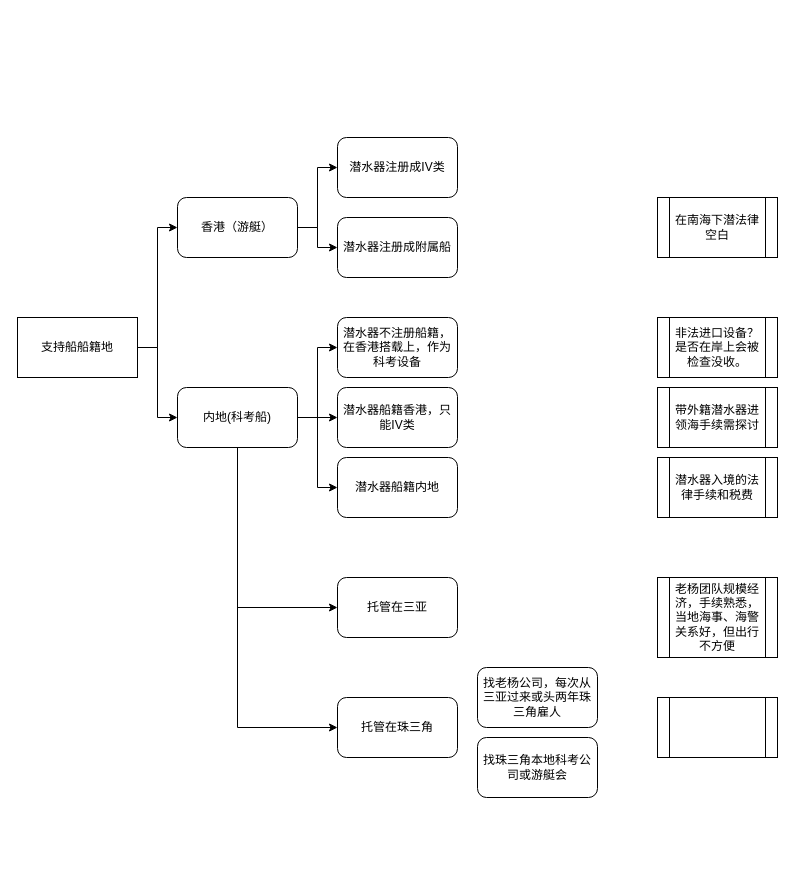
The draw.io diagram 支持船船籍地点.drawio in hyperxz/drew2, before the edit. Source tidied: cells renumbered, new cells numbered last; positions are measured from the earlier drawing's top-left corner, leaving out a move shared by most shapes. Both pictures are drawn from the tidied source at 100%, with x=0, y=0 at pixel (17, 137).
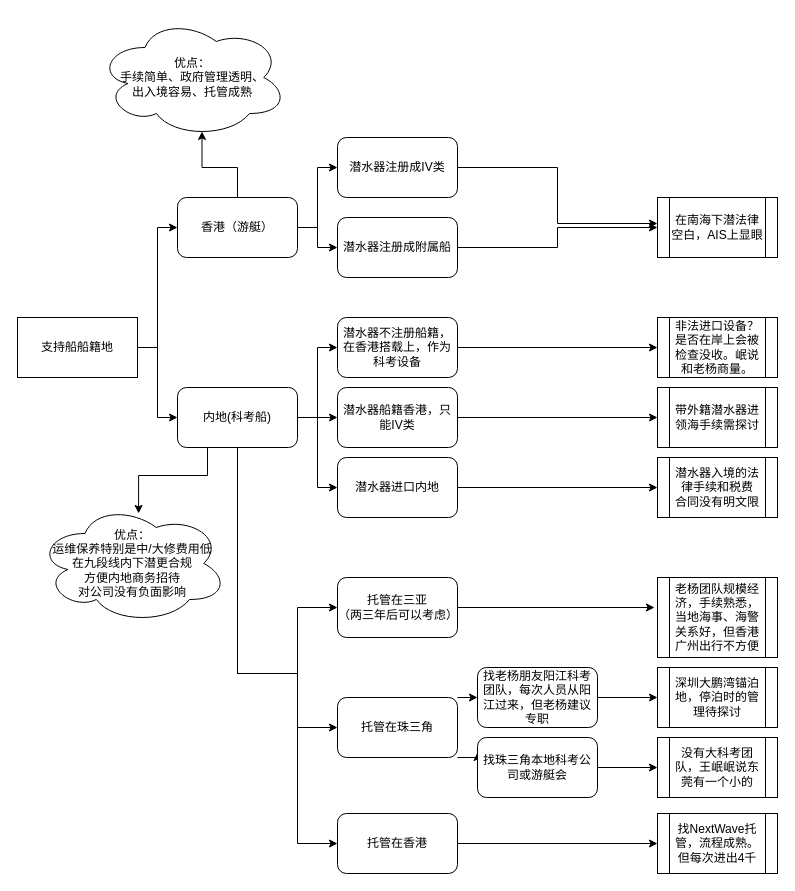
Above is the later version.

Commit message:
更新支持船船籍地点.drawio

The change refers to these unchanged cells:
```xml
<mxCell id="7" value="香港（游艇）" style="rounded=1;whiteSpace=wrap;html=1;" parent="1" vertex="1">
  <mxGeometry x="160" y="60" width="120" height="60" as="geometry" />
</mxCell>
<mxCell id="13" value="内地(科考船)" style="rounded=1;whiteSpace=wrap;html=1;" parent="1" vertex="1">
  <mxGeometry x="160" y="250" width="120" height="60" as="geometry" />
</mxCell>
<mxCell id="14" value="潜水器不注册船籍，在香港搭载上，作为科考设备" style="rounded=1;whiteSpace=wrap;html=1;" parent="1" vertex="1">
  <mxGeometry x="320" y="180" width="120" height="60" as="geometry" />
</mxCell>
<mxCell id="20" value="托管在珠三角" style="rounded=1;whiteSpace=wrap;html=1;" parent="1" vertex="1">
  <mxGeometry x="320" y="560" width="120" height="60" as="geometry" />
</mxCell>
<mxCell id="23" value="潜水器注册成IV类" style="rounded=1;whiteSpace=wrap;html=1;" parent="1" vertex="1">
  <mxGeometry x="320" width="120" height="60" as="geometry" />
</mxCell>
<mxCell id="24" value="潜水器注册成附属船" style="rounded=1;whiteSpace=wrap;html=1;" parent="1" vertex="1">
  <mxGeometry x="320" y="80" width="120" height="60" as="geometry" />
</mxCell>
<mxCell id="25" value="潜水器船籍香港，只能IV类" style="rounded=1;whiteSpace=wrap;html=1;" parent="1" vertex="1">
  <mxGeometry x="320" y="250" width="120" height="60" as="geometry" />
</mxCell>
<mxCell id="26" value="带外籍潜水器进领海手续需探讨" style="shape=process;whiteSpace=wrap;html=1;backgroundOutline=1;" parent="1" vertex="1">
  <mxGeometry x="640" y="250" width="120" height="60" as="geometry" />
</mxCell>
<mxCell id="28" value="找珠三角本地科考公司或游艇会" style="rounded=1;whiteSpace=wrap;html=1;" parent="1" vertex="1">
  <mxGeometry x="460" y="600" width="120" height="60" as="geometry" />
</mxCell>
```

The edit, as a diff of the source:
```diff
@@
     <mxCell id="10" style="edgeStyle=orthogonalEdgeStyle;rounded=0;jettySize=auto;html=1;exitX=0.5;exitY=1;exitDx=0;exitDy=0;entryX=0;entryY=0.5;entryDx=0;entryDy=0;" parent="1" edge="1" source="13" target="19">
-      <mxGeometry relative="1" as="geometry" />
+      <mxGeometry relative="1" as="geometry">
+        <Array as="points">
+          <mxPoint x="220" y="536" />
+          <mxPoint x="280" y="536" />
+          <mxPoint x="280" y="470" />
+        </Array>
+      </mxGeometry>
     </mxCell>
     <mxCell id="11" style="edgeStyle=orthogonalEdgeStyle;rounded=0;jettySize=auto;html=1;exitX=0.5;exitY=1;exitDx=0;exitDy=0;entryX=0;entryY=0.5;entryDx=0;entryDy=0;" parent="1" edge="1" source="13" target="20">
-      <mxGeometry relative="1" as="geometry" />
+      <mxGeometry relative="1" as="geometry">
+        <Array as="points">
+          <mxPoint x="220" y="536" />
+          <mxPoint x="280" y="536" />
+          <mxPoint x="280" y="590" />
+        </Array>
+      </mxGeometry>
     </mxCell>
@@
+    <mxCell id="29" style="edgeStyle=orthogonalEdgeStyle;rounded=0;jettySize=auto;html=1;exitX=0.5;exitY=1;exitDx=0;exitDy=0;entryX=0;entryY=0.5;entryDx=0;entryDy=0;" parent="1" edge="1" source="13" target="46">
+      <mxGeometry relative="1" as="geometry">
+        <Array as="points">
+          <mxPoint x="220" y="536" />
+          <mxPoint x="280" y="536" />
+          <mxPoint x="280" y="706" />
+        </Array>
+      </mxGeometry>
+    </mxCell>
@@
+    <mxCell id="30" style="edgeStyle=orthogonalEdgeStyle;rounded=0;jettySize=auto;html=1;exitX=1;exitY=0.5;exitDx=0;exitDy=0;entryX=0;entryY=0.5;entryDx=0;entryDy=0;" parent="1" edge="1" source="14" target="17">
+      <mxGeometry relative="1" as="geometry" />
+    </mxCell>
@@
+    <mxCell id="31" style="edgeStyle=orthogonalEdgeStyle;rounded=0;jettySize=auto;html=1;exitX=1;exitY=0.5;exitDx=0;exitDy=0;" parent="1" edge="1" source="15" target="18">
+      <mxGeometry relative="1" as="geometry" />
+    </mxCell>
-    <mxCell id="15" value="潜水器船籍内地" style="rounded=1;whiteSpace=wrap;html=1;" parent="1" vertex="1">
+    <mxCell id="15" value="潜水器进口内地" style="rounded=1;whiteSpace=wrap;html=1;" parent="1" vertex="1">
       <mxGeometry x="320" y="320" width="120" height="60" as="geometry" />
     </mxCell>
-    <mxCell id="16" value="在南海下潜法律空白" style="shape=process;whiteSpace=wrap;html=1;backgroundOutline=1;" parent="1" vertex="1">
+    <mxCell id="16" value="在南海下潜法律空白，AIS上显眼" style="shape=process;whiteSpace=wrap;html=1;backgroundOutline=1;" parent="1" vertex="1">
       <mxGeometry x="640" y="60" width="120" height="60" as="geometry" />
     </mxCell>
-    <mxCell id="17" value="非法进口设备？是否在岸上会被检查没收。" style="shape=process;whiteSpace=wrap;html=1;backgroundOutline=1;" parent="1" vertex="1">
+    <mxCell id="17" value="非法进口设备？是否在岸上会被检查没收。岷说和老杨商量。" style="shape=process;whiteSpace=wrap;html=1;backgroundOutline=1;" parent="1" vertex="1">
       <mxGeometry x="640" y="180" width="120" height="60" as="geometry" />
     </mxCell>
-    <mxCell id="18" value="潜水器入境的法律手续和税费" style="shape=process;whiteSpace=wrap;html=1;backgroundOutline=1;" parent="1" vertex="1">
+    <mxCell id="18" value="潜水器入境的法律手续和税费&lt;br&gt;合同没有明文限" style="shape=process;whiteSpace=wrap;html=1;backgroundOutline=1;" parent="1" vertex="1">
       <mxGeometry x="640" y="320" width="120" height="60" as="geometry" />
     </mxCell>
-    <mxCell id="19" value="托管在三亚" style="rounded=1;whiteSpace=wrap;html=1;" parent="1" vertex="1">
+    <mxCell id="19" value="托管在三亚&lt;br&gt;（两三年后可以考虑）" style="rounded=1;whiteSpace=wrap;html=1;" parent="1" vertex="1">
       <mxGeometry x="320" y="440" width="120" height="60" as="geometry" />
     </mxCell>
+    <mxCell id="32" style="edgeStyle=orthogonalEdgeStyle;rounded=0;jettySize=auto;html=1;exitX=1;exitY=0;exitDx=0;exitDy=0;entryX=0;entryY=0.5;entryDx=0;entryDy=0;" parent="1" edge="1" source="20" target="27">
+      <mxGeometry relative="1" as="geometry" />
+    </mxCell>
+    <mxCell id="33" style="edgeStyle=orthogonalEdgeStyle;rounded=0;jettySize=auto;html=1;exitX=1;exitY=1;exitDx=0;exitDy=0;entryX=0;entryY=0.25;entryDx=0;entryDy=0;" parent="1" edge="1" source="20" target="28">
+      <mxGeometry relative="1" as="geometry" />
+    </mxCell>
@@
-    <mxCell id="21" value="老杨团队规模经济，手续熟悉，当地海事、海警关系好，但出行不方便" style="shape=process;whiteSpace=wrap;html=1;backgroundOutline=1;" parent="1" vertex="1">
+    <mxCell id="21" value="老杨团队规模经济，手续熟悉，当地海事、海警关系好，但香港广州出行不方便" style="shape=process;whiteSpace=wrap;html=1;backgroundOutline=1;" parent="1" vertex="1">
       <mxGeometry x="640" y="440" width="120" height="80" as="geometry" />
     </mxCell>
-    <mxCell id="22" style="shape=process;whiteSpace=wrap;html=1;backgroundOutline=1;" parent="1" vertex="1">
-      <mxGeometry x="640" y="560" width="120" height="60" as="geometry" />
+    <mxCell id="22" value="深圳大鹏湾锚泊地，停泊时的管理待探讨" style="shape=process;whiteSpace=wrap;html=1;backgroundOutline=1;" parent="1" vertex="1">
+      <mxGeometry x="640" y="530" width="120" height="60" as="geometry" />
     </mxCell>
+    <mxCell id="34" style="edgeStyle=orthogonalEdgeStyle;rounded=0;jettySize=auto;html=1;exitX=1;exitY=0.5;exitDx=0;exitDy=0;" parent="1" edge="1" source="23">
+      <mxGeometry relative="1" as="geometry">
+        <mxPoint x="640" y="86" as="targetPoint" />
+        <Array as="points">
+          <mxPoint x="540" y="30" />
+          <mxPoint x="540" y="86" />
+        </Array>
+      </mxGeometry>
+    </mxCell>
@@
+    <mxCell id="35" style="edgeStyle=orthogonalEdgeStyle;rounded=0;jettySize=auto;html=1;exitX=1;exitY=0.5;exitDx=0;exitDy=0;entryX=0;entryY=0.5;entryDx=0;entryDy=0;" parent="1" edge="1" source="24" target="16">
+      <mxGeometry relative="1" as="geometry" />
+    </mxCell>
@@
+    <mxCell id="36" style="edgeStyle=orthogonalEdgeStyle;rounded=0;jettySize=auto;html=1;exitX=1;exitY=0.5;exitDx=0;exitDy=0;entryX=0;entryY=0.5;entryDx=0;entryDy=0;" parent="1" edge="1" source="25" target="26">
+      <mxGeometry relative="1" as="geometry" />
+    </mxCell>
@@
+    <mxCell id="37" style="edgeStyle=orthogonalEdgeStyle;rounded=0;jettySize=auto;html=1;exitX=1;exitY=0.5;exitDx=0;exitDy=0;entryX=0;entryY=0.5;entryDx=0;entryDy=0;" parent="1" edge="1" source="27" target="22">
+      <mxGeometry relative="1" as="geometry" />
+    </mxCell>
-    <mxCell id="27" value="找老杨公司，每次从三亚过来或头两年珠三角雇人" style="rounded=1;whiteSpace=wrap;html=1;" parent="1" vertex="1">
+    <mxCell id="27" value="找老杨朋友阳江科考团队，每次人员从阳江过来，但老杨建议专职" style="rounded=1;whiteSpace=wrap;html=1;" parent="1" vertex="1">
       <mxGeometry x="460" y="530" width="120" height="60" as="geometry" />
     </mxCell>
+    <mxCell id="38" style="edgeStyle=orthogonalEdgeStyle;rounded=0;jettySize=auto;html=1;exitX=1;exitY=0.5;exitDx=0;exitDy=0;entryX=0;entryY=0.5;entryDx=0;entryDy=0;" parent="1" edge="1" source="28" target="39">
+      <mxGeometry relative="1" as="geometry" />
+    </mxCell>
@@
+    <mxCell id="39" value="没有大科考团队，王岷岷说东莞有一个小的" style="shape=process;whiteSpace=wrap;html=1;backgroundOutline=1;" parent="1" vertex="1">
+      <mxGeometry x="640" y="600" width="120" height="60" as="geometry" />
+    </mxCell>
+    <mxCell id="40" value="优点：&lt;br&gt;手续简单、政府管理透明、&lt;br&gt;出入境容易、托管成熟" style="ellipse;shape=cloud;whiteSpace=wrap;html=1;" parent="1" vertex="1">
+      <mxGeometry x="80" y="-120" width="190" height="120" as="geometry" />
+    </mxCell>
+    <mxCell id="41" style="edgeStyle=orthogonalEdgeStyle;rounded=0;jettySize=auto;html=1;exitX=0.5;exitY=0;exitDx=0;exitDy=0;entryX=0.55;entryY=0.95;entryDx=0;entryDy=0;entryPerimeter=0;" parent="1" edge="1" source="7" target="40">
+      <mxGeometry relative="1" as="geometry" />
+    </mxCell>
+    <mxCell id="42" value="优点：&lt;br&gt;运维保养特别是中/大修费用低&lt;br&gt;在九段线内下潜更合规&lt;br&gt;方便内地商务招待&lt;br&gt;对公司没有负面影响" style="ellipse;shape=cloud;whiteSpace=wrap;html=1;" parent="1" vertex="1">
+      <mxGeometry x="20" y="366" width="190" height="120" as="geometry" />
+    </mxCell>
+    <mxCell id="43" style="edgeStyle=orthogonalEdgeStyle;rounded=0;jettySize=auto;html=1;exitX=0.25;exitY=1;exitDx=0;exitDy=0;entryX=0.532;entryY=0.083;entryDx=0;entryDy=0;entryPerimeter=0;" parent="1" edge="1" source="13" target="42">
+      <mxGeometry relative="1" as="geometry" />
+    </mxCell>
+    <mxCell id="44" style="edgeStyle=orthogonalEdgeStyle;rounded=0;jettySize=auto;html=1;exitX=1;exitY=0.5;exitDx=0;exitDy=0;entryX=-0.025;entryY=0.375;entryDx=0;entryDy=0;entryPerimeter=0;" parent="1" edge="1" source="19" target="21">
+      <mxGeometry relative="1" as="geometry" />
+    </mxCell>
+    <mxCell id="45" style="edgeStyle=orthogonalEdgeStyle;rounded=0;jettySize=auto;html=1;exitX=1;exitY=0.5;exitDx=0;exitDy=0;entryX=0;entryY=0.5;entryDx=0;entryDy=0;" parent="1" edge="1" source="46" target="47">
+      <mxGeometry relative="1" as="geometry" />
+    </mxCell>
+    <mxCell id="46" value="托管在香港" style="rounded=1;whiteSpace=wrap;html=1;" parent="1" vertex="1">
+      <mxGeometry x="320" y="676" width="120" height="60" as="geometry" />
+    </mxCell>
+    <mxCell id="47" value="找NextWave托管，流程成熟。但每次进出4千" style="shape=process;whiteSpace=wrap;html=1;backgroundOutline=1;" parent="1" vertex="1">
+      <mxGeometry x="640" y="676" width="120" height="60" as="geometry" />
+    </mxCell>
```
